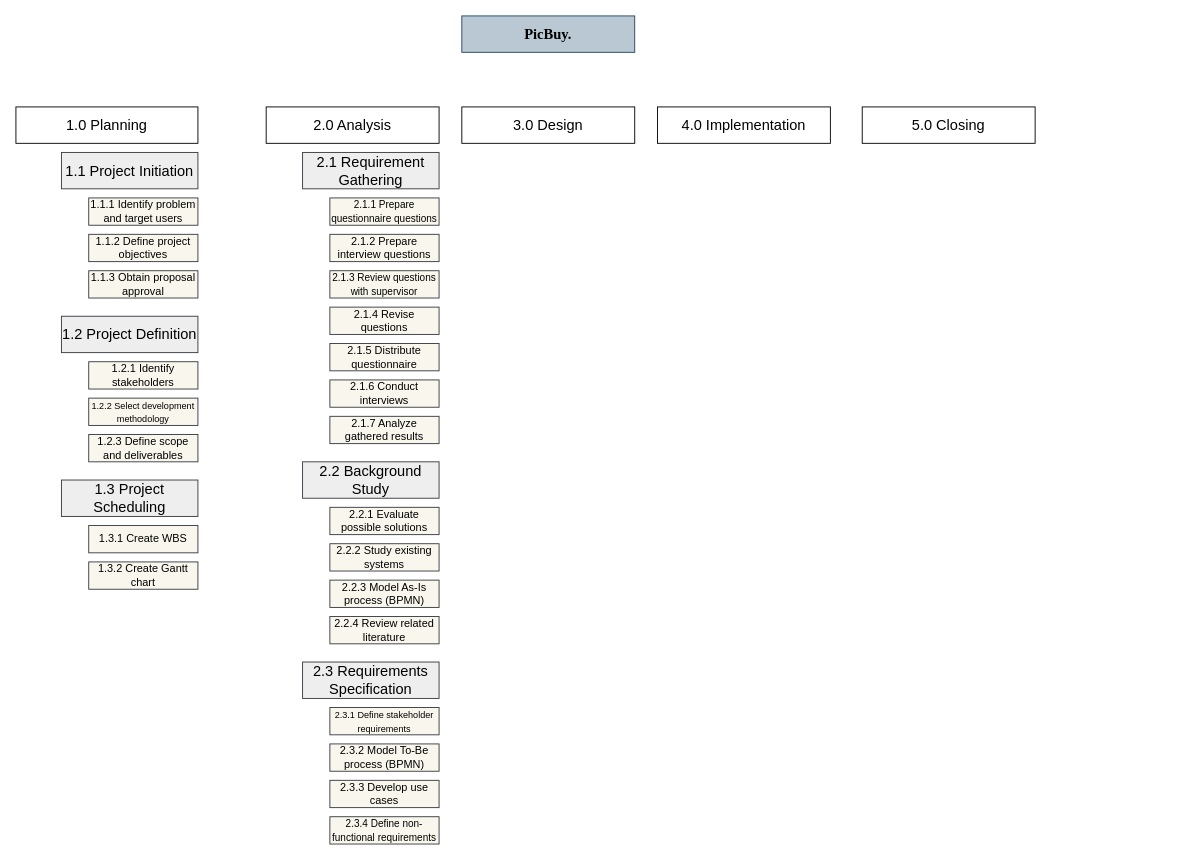
Ameerarmh/PicBuy keeps this draw.io diagram as GP1-Models.drawio. Above is the earlier version. Source tidied: cells renumbered, new cells numbered last; positions are measured from the earlier drawing's top-left corner, leaving out a move shared by most shapes. Both pictures are drawn from the tidied source at 91%, with x=0, y=0 at pixel (15, 15).
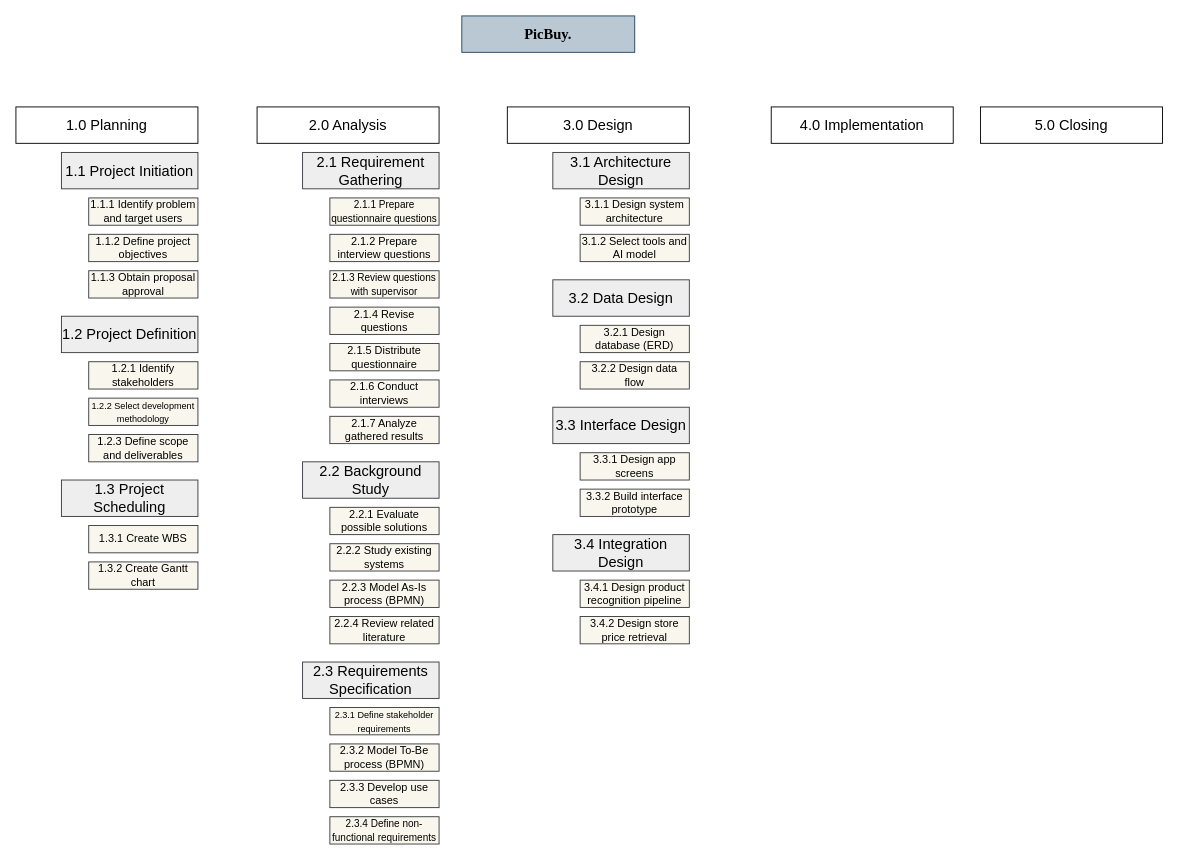
The same page after the edit.

What changed in the source:
```diff
@@
     <mxCell id="2" value="&lt;span style=&quot;font-size: medium; text-align: start;&quot;&gt;5.0 Closing&lt;/span&gt;" style="rounded=0;whiteSpace=wrap;html=1;" parent="1" vertex="1">
-      <mxGeometry x="930" y="100" width="190" height="40" as="geometry" />
+      <mxGeometry x="1060" y="100" width="200" height="40" as="geometry" />
     </mxCell>
@@
     <mxCell id="5" value="&lt;span style=&quot;font-size: medium; text-align: start;&quot;&gt;2.0 Analysis&lt;/span&gt;" style="rounded=0;whiteSpace=wrap;html=1;" parent="1" vertex="1">
-      <mxGeometry x="275" y="100" width="190" height="40" as="geometry" />
+      <mxGeometry x="265" y="100" width="200" height="40" as="geometry" />
     </mxCell>
     <mxCell id="6" value="&lt;span style=&quot;font-size: medium; text-align: start;&quot;&gt;3.0 Design&lt;/span&gt;" style="rounded=0;whiteSpace=wrap;html=1;" parent="1" vertex="1">
-      <mxGeometry x="490" y="100" width="190" height="40" as="geometry" />
+      <mxGeometry x="540" y="100" width="200" height="40" as="geometry" />
     </mxCell>
     <mxCell id="7" value="&lt;span style=&quot;font-size: medium; text-align: start;&quot;&gt;4.0 Implementation&lt;/span&gt;" style="rounded=0;whiteSpace=wrap;html=1;" parent="1" vertex="1">
-      <mxGeometry x="705" y="100" width="190" height="40" as="geometry" />
+      <mxGeometry x="830" y="100" width="200" height="40" as="geometry" />
     </mxCell>
@@
+    <mxCell id="37" value="&lt;span style=&quot;font-size: medium; text-align: start;&quot;&gt;3.1 Architecture Design&lt;/span&gt;" style="rounded=0;whiteSpace=wrap;html=1;fillColor=#eeeeee;strokeColor=#36393d;" parent="1" vertex="1">
+      <mxGeometry x="590" y="150" width="150" height="40" as="geometry" />
+    </mxCell>
+    <mxCell id="38" value="&lt;span style=&quot;font-size: medium; text-align: start;&quot;&gt;3.3 Interface Design&lt;/span&gt;" style="rounded=0;whiteSpace=wrap;html=1;fillColor=#eeeeee;strokeColor=#36393d;" parent="1" vertex="1">
+      <mxGeometry x="590" y="430" width="150" height="40" as="geometry" />
+    </mxCell>
+    <mxCell id="39" value="&lt;span style=&quot;font-size: medium; text-align: start;&quot;&gt;3.2 Data Design&lt;/span&gt;" style="rounded=0;whiteSpace=wrap;html=1;fillColor=#eeeeee;strokeColor=#36393d;" parent="1" vertex="1">
+      <mxGeometry x="590" y="290" width="150" height="40" as="geometry" />
+    </mxCell>
+    <mxCell id="40" value="&lt;span style=&quot;text-align: start;&quot;&gt;&lt;font&gt;3.1.2 Select tools and AI model&lt;/font&gt;&lt;/span&gt;" style="rounded=0;whiteSpace=wrap;html=1;fillColor=#f9f7ed;strokeColor=#36393d;" parent="1" vertex="1">
+      <mxGeometry x="620" y="240" width="120" height="30" as="geometry" />
+    </mxCell>
+    <mxCell id="41" value="&lt;span style=&quot;text-align: start;&quot;&gt;&lt;font&gt;3.1.1 Design system architecture&lt;/font&gt;&lt;/span&gt;" style="rounded=0;whiteSpace=wrap;html=1;fillColor=#f9f7ed;strokeColor=#36393d;" parent="1" vertex="1">
+      <mxGeometry x="620" y="200" width="120" height="30" as="geometry" />
+    </mxCell>
+    <mxCell id="42" value="&lt;span style=&quot;text-align: start;&quot;&gt;&lt;font&gt;3.2.2 Design data flow&lt;/font&gt;&lt;/span&gt;" style="rounded=0;whiteSpace=wrap;html=1;fillColor=#f9f7ed;strokeColor=#36393d;" parent="1" vertex="1">
+      <mxGeometry x="620" y="380" width="120" height="30" as="geometry" />
+    </mxCell>
+    <mxCell id="43" value="&lt;span style=&quot;text-align: start;&quot;&gt;&lt;font&gt;3.2.1 Design database (ERD)&lt;/font&gt;&lt;/span&gt;" style="rounded=0;whiteSpace=wrap;html=1;fillColor=#f9f7ed;strokeColor=#36393d;" parent="1" vertex="1">
+      <mxGeometry x="620" y="340" width="120" height="30" as="geometry" />
+    </mxCell>
+    <mxCell id="44" value="&lt;span style=&quot;text-align: start;&quot;&gt;&lt;font&gt;3.3.2 Build interface prototype&lt;/font&gt;&lt;/span&gt;" style="rounded=0;whiteSpace=wrap;html=1;fillColor=#f9f7ed;strokeColor=#36393d;" parent="1" vertex="1">
+      <mxGeometry x="620" y="520" width="120" height="30" as="geometry" />
+    </mxCell>
+    <mxCell id="45" value="&lt;span style=&quot;text-align: start;&quot;&gt;&lt;font&gt;3.3.1 Design app screens&lt;/font&gt;&lt;/span&gt;" style="rounded=0;whiteSpace=wrap;html=1;fillColor=#f9f7ed;strokeColor=#36393d;" parent="1" vertex="1">
+      <mxGeometry x="620" y="480" width="120" height="30" as="geometry" />
+    </mxCell>
+    <mxCell id="46" value="&lt;span style=&quot;font-size: medium; text-align: start;&quot;&gt;3.4 Integration Design&lt;/span&gt;" style="rounded=0;whiteSpace=wrap;html=1;fillColor=#eeeeee;strokeColor=#36393d;" parent="1" vertex="1">
+      <mxGeometry x="590" y="570" width="150" height="40" as="geometry" />
+    </mxCell>
+    <mxCell id="47" value="&lt;span style=&quot;text-align: start;&quot;&gt;&lt;font&gt;3.4.2 Design store price retrieval&lt;/font&gt;&lt;/span&gt;" style="rounded=0;whiteSpace=wrap;html=1;fillColor=#f9f7ed;strokeColor=#36393d;" parent="1" vertex="1">
+      <mxGeometry x="620" y="660" width="120" height="30" as="geometry" />
+    </mxCell>
+    <mxCell id="48" value="&lt;span style=&quot;text-align: start;&quot;&gt;&lt;font&gt;3.4.1 Design product recognition pipeline&lt;/font&gt;&lt;/span&gt;" style="rounded=0;whiteSpace=wrap;html=1;fillColor=#f9f7ed;strokeColor=#36393d;" parent="1" vertex="1">
+      <mxGeometry x="620" y="620" width="120" height="30" as="geometry" />
+    </mxCell>
```
